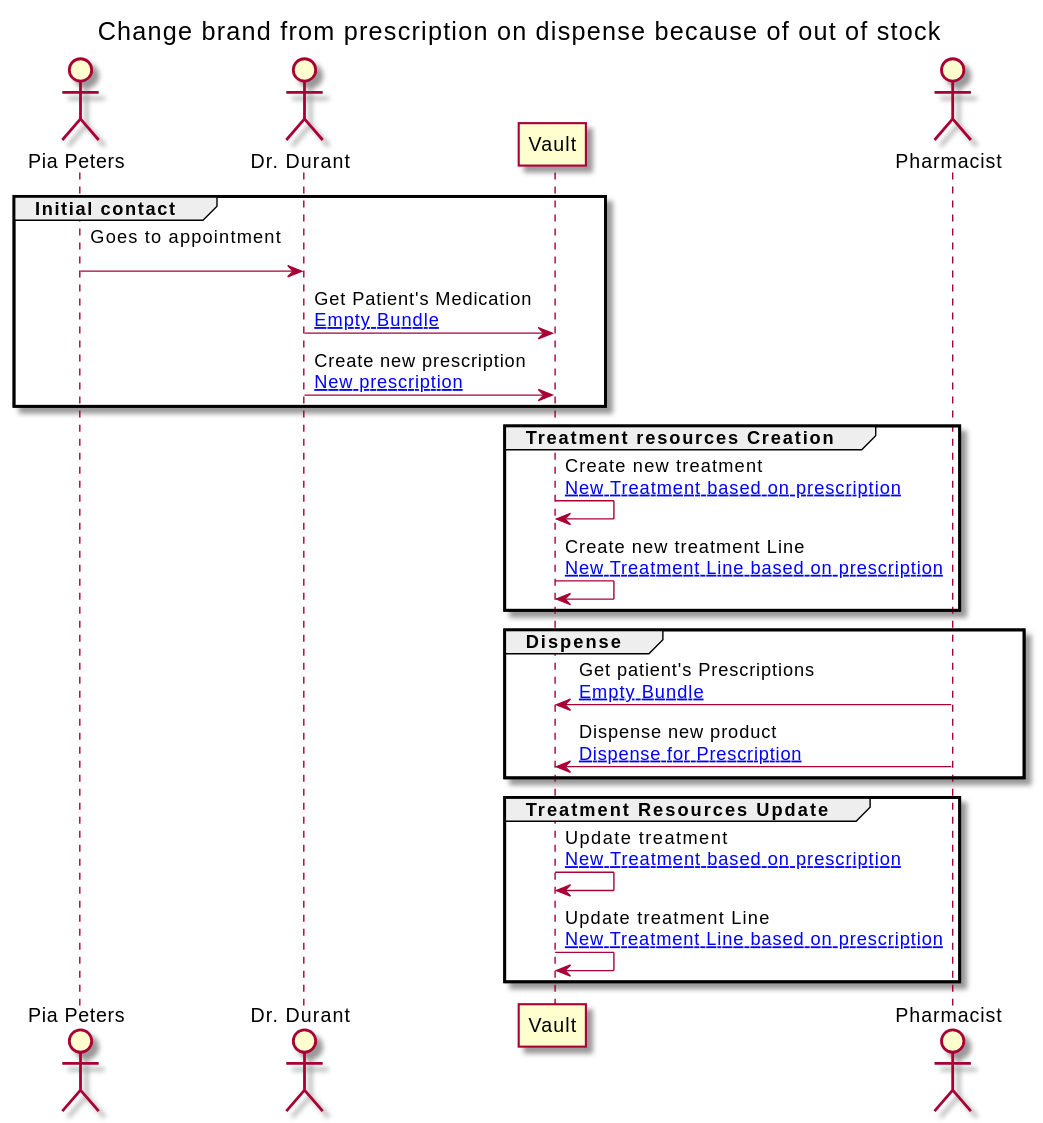
This is branches/master/ExampleScenario-example-5-scenario.svg from JensPenny/medication-record, a PlantUML export, as it was before one commit.
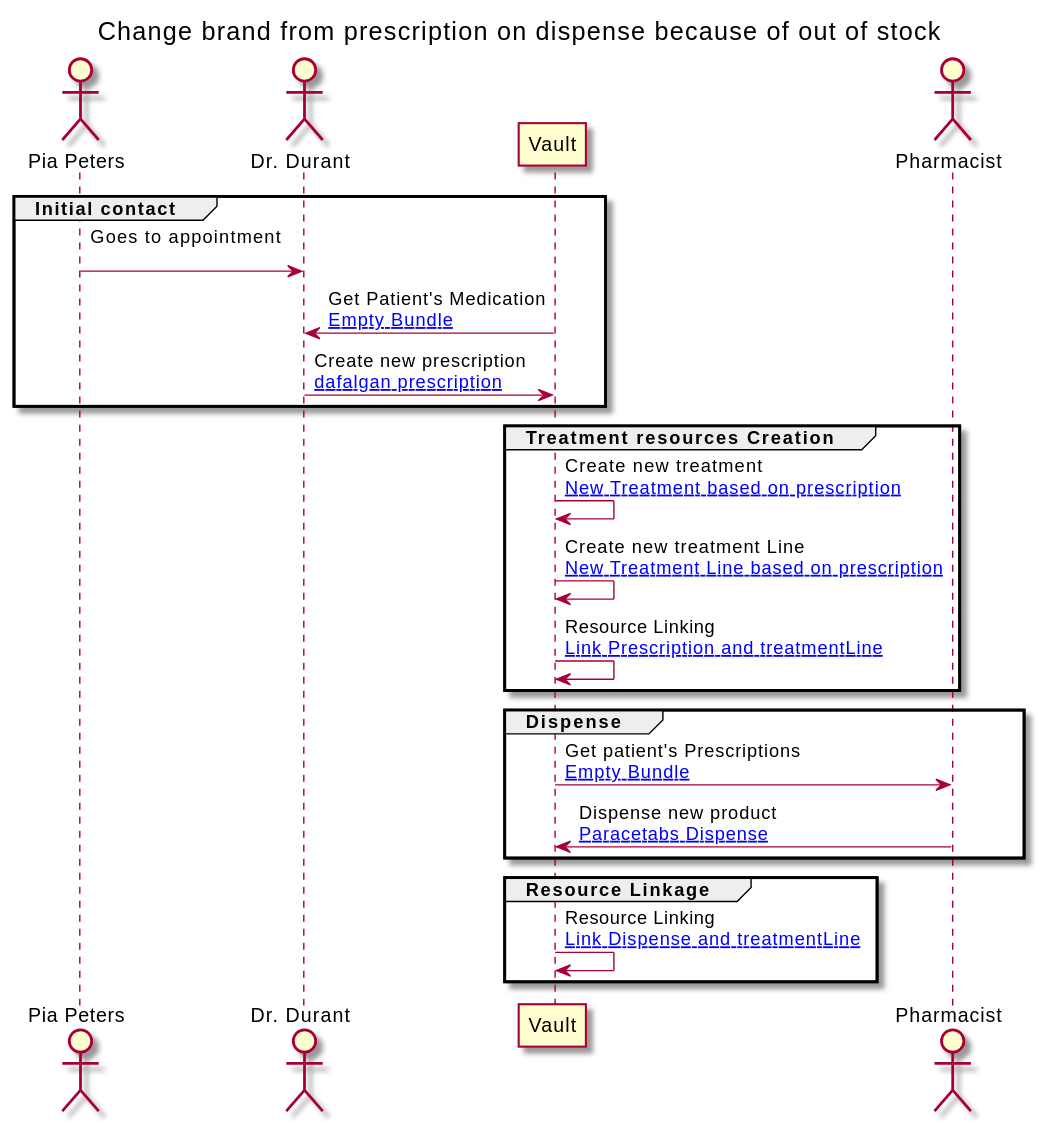
Later version of the same file.

What changed in the source:
```diff
@@ -16,26 +16,26 @@
 group Initial contact
 
 PATIENT -> GP : Goes to appointment\n
-GP -> VAULT : Get Patient's Medication\n[[ExampleScenario-example-5-scenario-resources.html#EB Empty Bundle]]
-GP -> VAULT : Create new prescription\n[[ExampleScenario-example-5-scenario-resources.html#5-prescription New prescription]]
+VAULT -> GP : Get Patient's Medication\n[[ExampleScenario-example-5-scenario-resources.html#EB Empty Bundle]]
+GP -> VAULT : Create new prescription\n[[ExampleScenario-example-5-scenario-resources.html#5-prescription dafalgan prescription]]
 end
 
 group Treatment resources Creation
 
 VAULT -> VAULT : Create new treatment\n[[ExampleScenario-example-5-scenario-resources.html#5-treatment New Treatment based on prescription]]
 VAULT -> VAULT : Create new treatment Line\n[[ExampleScenario-example-5-scenario-resources.html#5-treatmentLine New Treatment Line based on prescription]]
+VAULT -> VAULT : Resource Linking\n[[ExampleScenario-example-5-scenario-resources.html#5-provenance Link Prescription and treatmentLine]]
 end
 
 group Dispense
 
-PHARM -> VAULT : Get patient's Prescriptions\n[[ExampleScenario-example-5-scenario-resources.html#EB Empty Bundle]]
-PHARM -> VAULT : Dispense new product\n[[ExampleScenario-example-5-scenario-resources.html#5-dispense Dispense for Prescription]]
+VAULT -> PHARM : Get patient's Prescriptions\n[[ExampleScenario-example-5-scenario-resources.html#EB Empty Bundle]]
+PHARM -> VAULT : Dispense new product\n[[ExampleScenario-example-5-scenario-resources.html#5-dispense Paracetabs Dispense]]
 end
 
-group Treatment Resources Update
+group Resource Linkage
 
-VAULT -> VAULT : Update treatment\n[[ExampleScenario-example-5-scenario-resources.html#5-treatment New Treatment based on prescription]]
-VAULT -> VAULT : Update treatment Line\n[[ExampleScenario-example-5-scenario-resources.html#5-treatmentLine New Treatment Line based on prescription]]
+VAULT -> VAULT : Resource Linking\n[[ExampleScenario-example-5-scenario-resources.html#5-2-provenance Link Dispense and treatmentLine]]
 end
 
 
```
